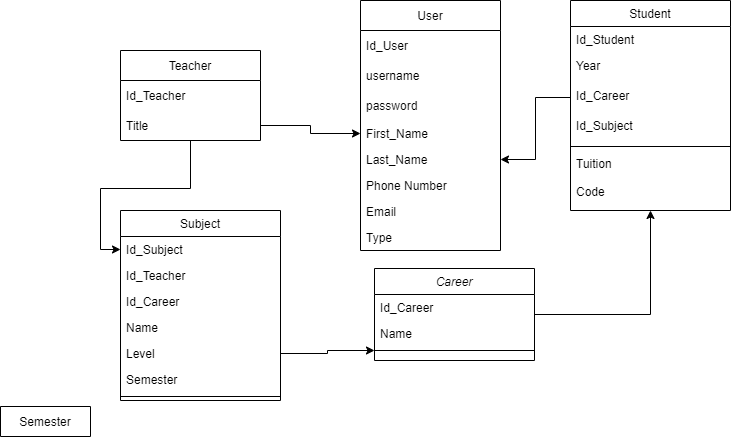
Before: Untitled Diagram.drawio.png, a diagram exported from draw.io (GuilleAlvarado/draw). Source tidied: cells renumbered, new cells last; positions are measured from the earlier drawing's top-left corner, leaving out a move shared by most shapes.
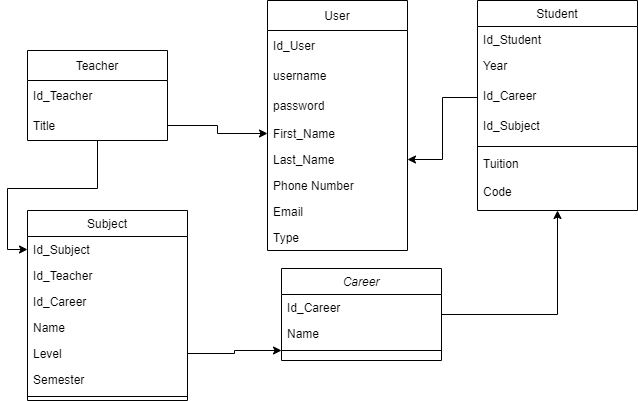
Later version of the same file.

Diff of the diagram source:
```diff
@@ -65,9 +65,6 @@
     <mxCell id="22" value="Code" style="text;strokeColor=none;fillColor=none;align=left;verticalAlign=middle;spacingLeft=4;spacingRight=4;overflow=hidden;" parent="15" vertex="1">
       <mxGeometry y="176" width="160" height="30" as="geometry" />
     </mxCell>
-    <mxCell id="23" value="Semester" style="swimlane;fontStyle=0;horizontal=1;startSize=30;" parent="1" vertex="1" collapsed="1">
-      <mxGeometry y="406" width="90" height="30" as="geometry" />
-    </mxCell>
     <mxCell id="24" value="User" style="swimlane;fontStyle=0;horizontal=1;startSize=30;" parent="1" vertex="1">
       <mxGeometry x="360" width="140" height="250" as="geometry" />
     </mxCell>
```
